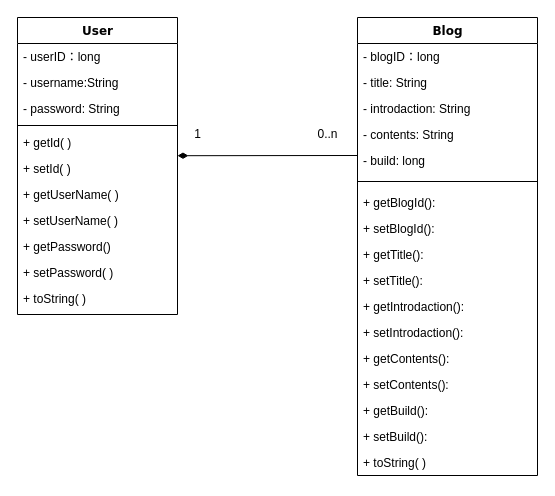
Earlier version of the draw.io diagram class.drawio (liutianqiltq/liutianqiblog). Source tidied: cells renumbered, new cells numbered last; positions are measured from the earlier drawing's top-left corner, leaving out a move shared by most shapes. Both pictures are drawn from the tidied source at 100%, with x=0, y=0 at pixel (17, 17).
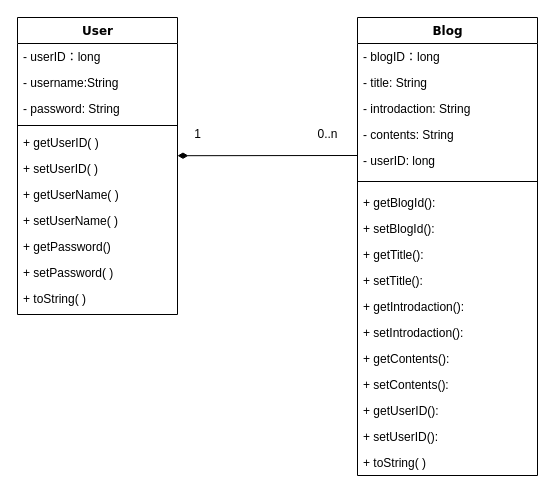
Above is the later version.

The change refers to these unchanged cells:
```xml
<mxCell id="2" value="User" style="swimlane;html=1;fontStyle=1;align=center;verticalAlign=top;horizontal=1;startSize=26;swimlaneFillColor=#ffffff;rounded=0;shadow=0;comic=0;labelBackgroundColor=none;strokeWidth=1;fillColor=none;fontFamily=Verdana;fontSize=12;" parent="1" vertex="1">
  <mxGeometry width="160" height="297" as="geometry" />
</mxCell>
<mxCell id="14" value="Blog" style="swimlane;html=1;fontStyle=1;align=center;verticalAlign=top;horizontal=1;startSize=26;swimlaneFillColor=#ffffff;rounded=0;shadow=0;comic=0;labelBackgroundColor=none;strokeWidth=1;fillColor=none;fontFamily=Verdana;fontSize=12;" parent="1" vertex="1">
  <mxGeometry x="340" width="180" height="458" as="geometry" />
</mxCell>
```

What changed in the source:
```diff
@@
-    <mxCell id="7" value="+ getId( )" style="text;html=1;strokeColor=none;fillColor=none;align=left;verticalAlign=top;spacingLeft=4;spacingRight=4;whiteSpace=wrap;overflow=hidden;" parent="2" vertex="1">
-      <mxGeometry y="112" width="160" height="26" as="geometry" />
-    </mxCell>
-    <mxCell id="8" value="+ setId( )" style="text;html=1;strokeColor=none;fillColor=none;align=left;verticalAlign=top;spacingLeft=4;spacingRight=4;whiteSpace=wrap;overflow=hidden;" parent="2" vertex="1">
-      <mxGeometry y="138" width="160" height="26" as="geometry" />
-    </mxCell>
+    <mxCell id="35" value="+ getUserID( )" style="text;html=1;strokeColor=none;fillColor=none;align=left;verticalAlign=top;spacingLeft=4;spacingRight=4;whiteSpace=wrap;overflow=hidden;" parent="2" vertex="1">
+      <mxGeometry y="112" width="160" height="26" as="geometry" />
+    </mxCell>
+    <mxCell id="36" value="+ setUserID( )" style="text;html=1;strokeColor=none;fillColor=none;align=left;verticalAlign=top;spacingLeft=4;spacingRight=4;whiteSpace=wrap;overflow=hidden;" parent="2" vertex="1">
+      <mxGeometry y="138" width="160" height="26" as="geometry" />
+    </mxCell>
@@
-    <mxCell id="19" value="- build: long" style="text;html=1;strokeColor=none;fillColor=none;align=left;verticalAlign=top;spacingLeft=4;spacingRight=4;whiteSpace=wrap;overflow=hidden;" parent="14" vertex="1">
-      <mxGeometry y="130" width="180" height="26" as="geometry" />
-    </mxCell>
+    <mxCell id="37" value="- userID: long" style="text;html=1;strokeColor=none;fillColor=none;align=left;verticalAlign=top;spacingLeft=4;spacingRight=4;whiteSpace=wrap;overflow=hidden;" parent="14" vertex="1">
+      <mxGeometry y="130" width="180" height="26" as="geometry" />
+    </mxCell>
@@
-    <mxCell id="29" value="+ getBuild():" style="text;html=1;strokeColor=none;fillColor=none;align=left;verticalAlign=top;spacingLeft=4;spacingRight=4;whiteSpace=wrap;overflow=hidden;" parent="14" vertex="1">
-      <mxGeometry y="380" width="180" height="26" as="geometry" />
-    </mxCell>
-    <mxCell id="30" value="+ setBuild():" style="text;html=1;strokeColor=none;fillColor=none;align=left;verticalAlign=top;spacingLeft=4;spacingRight=4;whiteSpace=wrap;overflow=hidden;" parent="14" vertex="1">
-      <mxGeometry y="406" width="180" height="26" as="geometry" />
-    </mxCell>
+    <mxCell id="38" value="+ getUserID():" style="text;html=1;strokeColor=none;fillColor=none;align=left;verticalAlign=top;spacingLeft=4;spacingRight=4;whiteSpace=wrap;overflow=hidden;" parent="14" vertex="1">
+      <mxGeometry y="380" width="180" height="26" as="geometry" />
+    </mxCell>
+    <mxCell id="39" value="+ setUserID():" style="text;html=1;strokeColor=none;fillColor=none;align=left;verticalAlign=top;spacingLeft=4;spacingRight=4;whiteSpace=wrap;overflow=hidden;" parent="14" vertex="1">
+      <mxGeometry y="406" width="180" height="26" as="geometry" />
+    </mxCell>
@@
-    <mxCell id="32" style="endArrow=none;startArrow=diamondThin;endFill=0;startFill=1;html=1;verticalAlign=bottom;labelBackgroundColor=none;strokeWidth=1;startSize=8;endSize=8;rounded=0;" parent="1" edge="1">
-      <mxGeometry relative="1" as="geometry">
-        <mxPoint x="160" y="138.2" as="sourcePoint" />
-        <mxPoint x="340" y="138" as="targetPoint" />
-      </mxGeometry>
-    </mxCell>
+    <mxCell id="40" style="endArrow=none;startArrow=diamondThin;endFill=0;startFill=1;html=1;verticalAlign=bottom;labelBackgroundColor=none;strokeWidth=1;startSize=8;endSize=8;rounded=0;" parent="1" edge="1">
+      <mxGeometry relative="1" as="geometry">
+        <mxPoint x="160" y="138.2" as="sourcePoint" />
+        <mxPoint x="340" y="138" as="targetPoint" />
+      </mxGeometry>
+    </mxCell>
```
